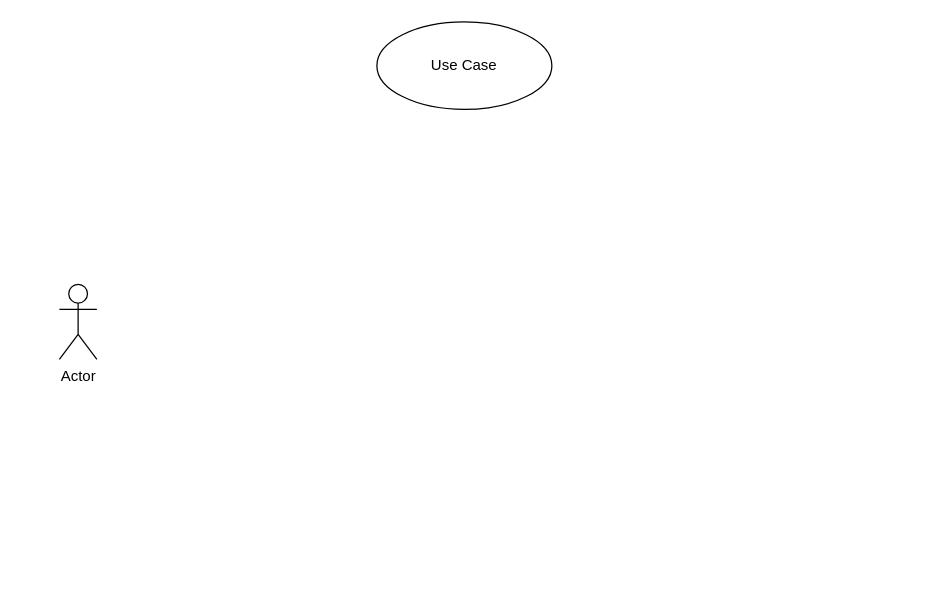
Earlier version of the draw.io diagram Untitled Diagram.drawio (chrispaul07/Sac-3.0-prototype). Source tidied: cells renumbered, new cells numbered last; positions are measured from the earlier drawing's top-left corner, leaving out a move shared by most shapes. Both pictures are drawn from the tidied source at 125%, with x=0, y=0 at pixel (59, 21).
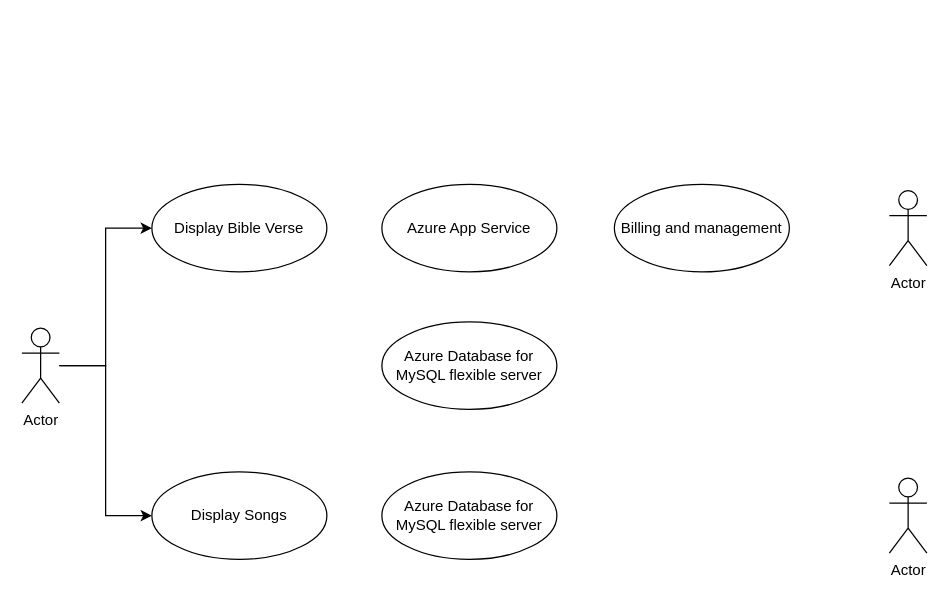
The same diagram, later.

What changed in the source:
```diff
@@
 <mxGraphModel>
   <root>
     <mxCell id="0" />
     <mxCell id="1" parent="0" />
+    <mxCell id="4" style="edgeStyle=orthogonalEdgeStyle;rounded=0;jettySize=auto;html=1;entryX=0;entryY=0.5;entryDx=0;entryDy=0;" parent="1" edge="1" source="2" target="3">
+      <mxGeometry relative="1" as="geometry" />
+    </mxCell>
+    <mxCell id="5" style="edgeStyle=orthogonalEdgeStyle;rounded=0;jettySize=auto;html=1;entryX=0;entryY=0.5;entryDx=0;entryDy=0;" parent="1" edge="1" source="2" target="6">
+      <mxGeometry relative="1" as="geometry" />
+    </mxCell>
     <mxCell id="2" value="Actor" style="shape=umlActor;verticalLabelPosition=bottom;verticalAlign=top;html=1;" parent="1" vertex="1">
-      <mxGeometry y="210" width="30" height="60" as="geometry" />
+      <mxGeometry x="-30" y="245" width="30" height="60" as="geometry" />
     </mxCell>
-    <mxCell id="3" value="Use Case" style="ellipse;whiteSpace=wrap;html=1;" parent="1" vertex="1">
-      <mxGeometry x="254" width="140" height="70" as="geometry" />
+    <mxCell id="3" value="Display Bible Verse" style="ellipse;whiteSpace=wrap;html=1;" parent="1" vertex="1">
+      <mxGeometry x="74" y="130" width="140" height="70" as="geometry" />
     </mxCell>
+    <mxCell id="6" value="Display Songs" style="ellipse;whiteSpace=wrap;html=1;" parent="1" vertex="1">
+      <mxGeometry x="74" y="360" width="140" height="70" as="geometry" />
+    </mxCell>
+    <mxCell id="7" value="Azure Database for MySQL flexible server" style="ellipse;whiteSpace=wrap;html=1;" parent="1" vertex="1">
+      <mxGeometry x="258" y="240" width="140" height="70" as="geometry" />
+    </mxCell>
+    <mxCell id="8" value="Azure App Service" style="ellipse;whiteSpace=wrap;html=1;" parent="1" vertex="1">
+      <mxGeometry x="258" y="130" width="140" height="70" as="geometry" />
+    </mxCell>
+    <mxCell id="9" value="Azure Database for MySQL flexible server" style="ellipse;whiteSpace=wrap;html=1;" parent="1" vertex="1">
+      <mxGeometry x="258" y="360" width="140" height="70" as="geometry" />
+    </mxCell>
+    <mxCell id="10" value="Billing and management" style="ellipse;whiteSpace=wrap;html=1;" parent="1" vertex="1">
+      <mxGeometry x="444" y="130" width="140" height="70" as="geometry" />
+    </mxCell>
+    <mxCell id="11" value="Actor" style="shape=umlActor;verticalLabelPosition=bottom;verticalAlign=top;html=1;" parent="1" vertex="1">
+      <mxGeometry x="664" y="135" width="30" height="60" as="geometry" />
+    </mxCell>
+    <mxCell id="12" value="Actor" style="shape=umlActor;verticalLabelPosition=bottom;verticalAlign=top;html=1;" parent="1" vertex="1">
+      <mxGeometry x="664" y="365" width="30" height="60" as="geometry" />
+    </mxCell>
   </root>
 </mxGraphModel>
```
